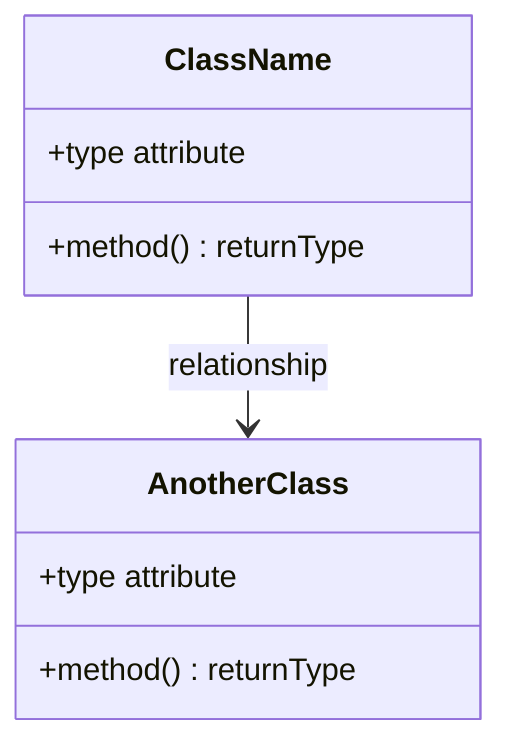
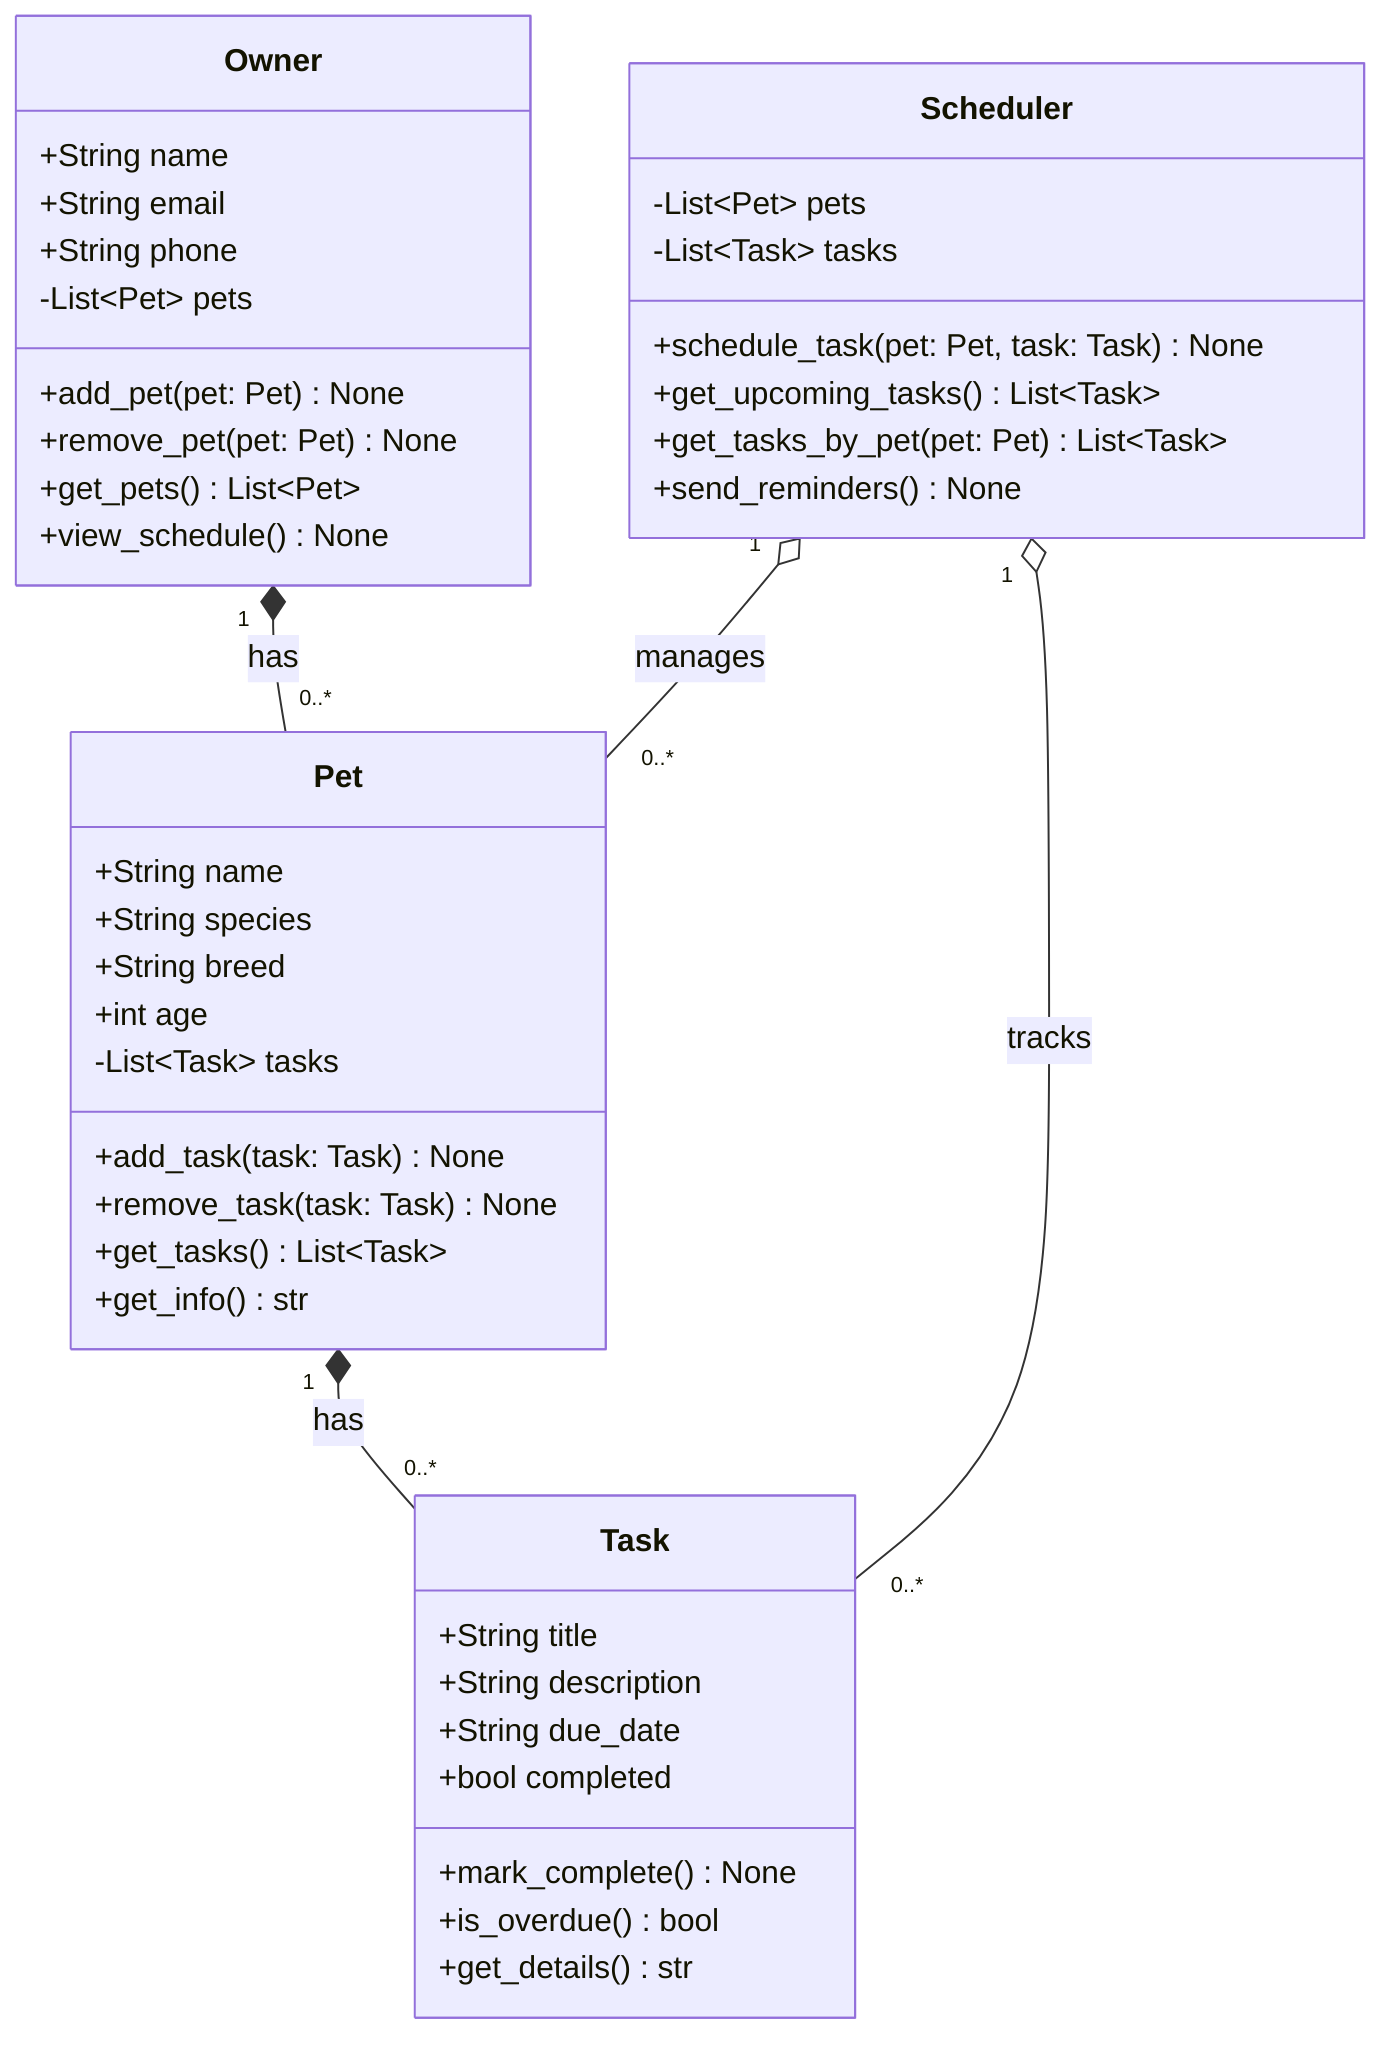
classDiagram
-     %% Replace the placeholders below with your actual classes, attributes, methods, and relationships.
-     %% Keep this file updated so it matches your final implementation.
- 
-     class ClassName {
-         +type attribute
-         +method() returnType
+     class Owner {
+         +String name
+         +String email
+         +String phone
+         -List~Pet~ pets
+         +add_pet(pet: Pet) None
+         +remove_pet(pet: Pet) None
+         +get_pets() List~Pet~
+         +view_schedule() None
    }

-     class AnotherClass {
-         +type attribute
-         +method() returnType
+     class Pet {
+         +String name
+         +String species
+         +String breed
+         +int age
+         -List~Task~ tasks
+         +add_task(task: Task) None
+         +remove_task(task: Task) None
+         +get_tasks() List~Task~
+         +get_info() str
    }

-     ClassName --> AnotherClass : relationship
+     class Task {
+         +String title
+         +String description
+         +String due_date
+         +bool completed
+         +mark_complete() None
+         +is_overdue() bool
+         +get_details() str
+     }
+ 
+     class Scheduler {
+         -List~Pet~ pets
+         -List~Task~ tasks
+         +schedule_task(pet: Pet, task: Task) None
+         +get_upcoming_tasks() List~Task~
+         +get_tasks_by_pet(pet: Pet) List~Task~
+         +send_reminders() None
+     }
+ 
+     Owner "1" *-- "0..*" Pet : has
+     Pet "1" *-- "0..*" Task : has
+     Scheduler "1" o-- "0..*" Pet : manages
+     Scheduler "1" o-- "0..*" Task : tracks
